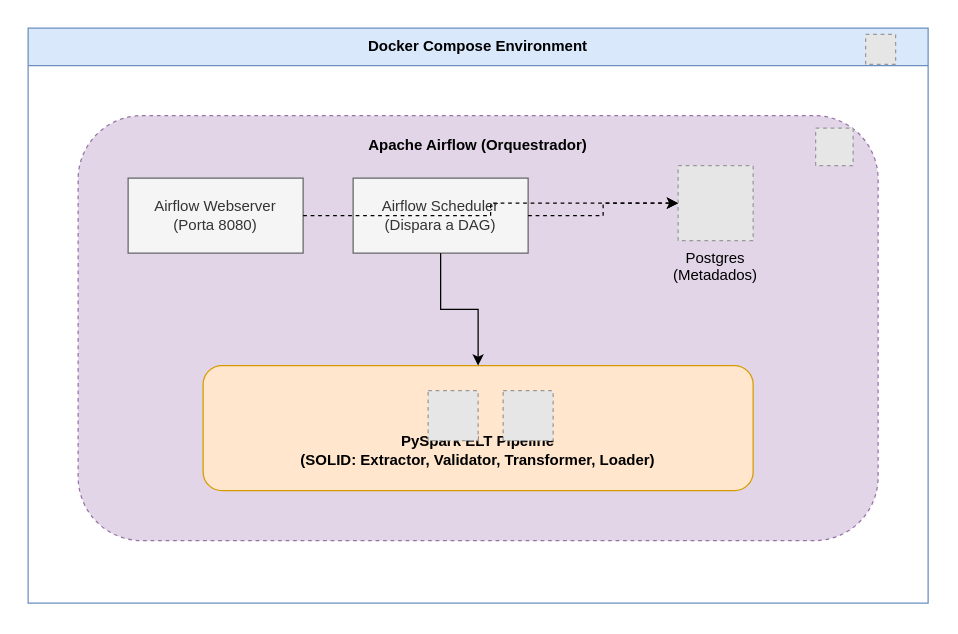
The draw.io diagram page "Arquitetura de Contêineres" (1 of 2) of arquitetura_locadora.drawio in Helfstein-one/locadora-de-carros, before the edit. Source tidied: cells renumbered, new cells numbered last; positions are measured from the earlier drawing's top-left corner, leaving out a move shared by most shapes. Both pictures are drawn from the tidied source at 125%, with x=0, y=0 at pixel (28, 28). Pictures stored in the file or linked from it are replaced by grey dashed boxes.
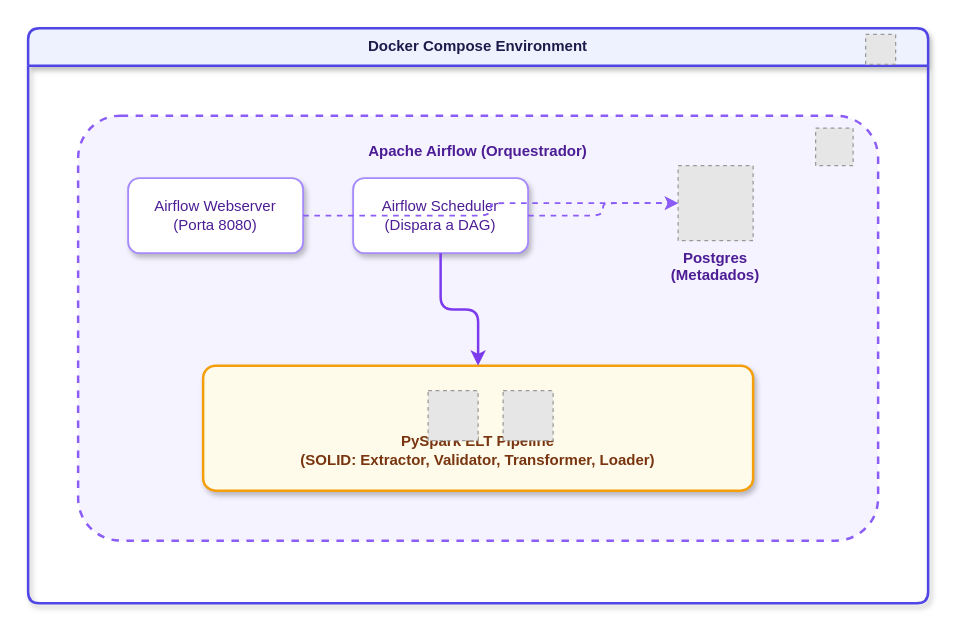
After the change.

Change to the diagram source:
```diff
@@
 <mxGraphModel>
   <root>
     <mxCell id="0" />
     <mxCell id="1" parent="0" />
-    <mxCell id="2" value="Docker Compose Environment" style="swimlane;whiteSpace=wrap;html=1;fillColor=#dae8fc;strokeColor=#6c8ebf;fontStyle=1;startSize=30;" parent="1" vertex="1">
+    <mxCell id="2" value="Docker Compose Environment" style="swimlane;whiteSpace=wrap;html=1;fillColor=#eef2ff;strokeColor=#4f46e5;strokeWidth=2;fontColor=#1e1b4b;fontStyle=1;startSize=30;rounded=1;arcSize=10;shadow=1;fontFamily=Helvetica;" parent="1" vertex="1">
       <mxGeometry width="720" height="460" as="geometry" />
     </mxCell>
     <mxCell id="3" style="fillColor=#E6E6E6;strokeColor=#999999;dashed=1;verticalLabelPosition=bottom;verticalAlign=top;" parent="2" vertex="1">
       <mxGeometry x="670" y="5" width="24" height="24" as="geometry" />
     </mxCell>
-    <mxCell id="4" value="Apache Airflow (Orquestrador)" style="rounded=1;whiteSpace=wrap;html=1;fillColor=#e1d5e7;strokeColor=#9673a6;dashed=1;fontStyle=1;verticalAlign=top;spacingTop=10;" parent="2" vertex="1">
+    <mxCell id="4" value="Apache Airflow (Orquestrador)" style="rounded=1;arcSize=10;whiteSpace=wrap;html=1;fillColor=#f5f3ff;strokeColor=#8b5cf6;strokeWidth=2;dashed=1;fontColor=#4c1d95;fontStyle=1;verticalAlign=top;spacingTop=15;fontFamily=Helvetica;" parent="2" vertex="1">
       <mxGeometry x="40" y="70" width="640" height="340" as="geometry" />
     </mxCell>
     <mxCell id="5" style="fillColor=#E6E6E6;strokeColor=#999999;dashed=1;verticalLabelPosition=bottom;verticalAlign=top;" parent="4" vertex="1">
       <mxGeometry x="590" y="10" width="30" height="30" as="geometry" />
     </mxCell>
-    <mxCell id="6" value="Airflow Webserver&#10;(Porta 8080)" style="rounded=0;whiteSpace=wrap;html=1;fillColor=#f5f5f5;fontColor=#333333;strokeColor=#666666;" parent="4" vertex="1">
+    <mxCell id="6" value="Airflow Webserver&#10;(Porta 8080)" style="rounded=1;whiteSpace=wrap;html=1;fillColor=#ffffff;strokeColor=#a78bfa;strokeWidth=1.5;fontColor=#4c1d95;fontStyle=0;shadow=1;fontFamily=Helvetica;" parent="4" vertex="1">
       <mxGeometry x="40" y="50" width="140" height="60" as="geometry" />
     </mxCell>
-    <mxCell id="7" value="Airflow Scheduler&#10;(Dispara a DAG)" style="rounded=0;whiteSpace=wrap;html=1;fillColor=#f5f5f5;fontColor=#333333;strokeColor=#666666;" parent="4" vertex="1">
+    <mxCell id="7" value="Airflow Scheduler&#10;(Dispara a DAG)" style="rounded=1;whiteSpace=wrap;html=1;fillColor=#ffffff;strokeColor=#a78bfa;strokeWidth=1.5;fontColor=#4c1d95;fontStyle=0;shadow=1;fontFamily=Helvetica;" parent="4" vertex="1">
       <mxGeometry x="220" y="50" width="140" height="60" as="geometry" />
     </mxCell>
-    <mxCell id="8" value="Postgres&#10;(Metadados)" style="fillColor=#E6E6E6;strokeColor=#999999;dashed=1;verticalLabelPosition=bottom;verticalAlign=top;labelBackgroundColor=none;" parent="4" vertex="1">
+    <mxCell id="8" value="Postgres&#10;(Metadados)" style="fillColor=#E6E6E6;strokeColor=#999999;dashed=1;verticalLabelPosition=bottom;verticalAlign=top;labelBackgroundColor=none;fontColor=#4c1d95;fontStyle=1;fontFamily=Helvetica;" parent="4" vertex="1">
       <mxGeometry x="480" y="40" width="60" height="60" as="geometry" />
     </mxCell>
-    <mxCell id="9" value="PySpark ELT Pipeline&#10;(SOLID: Extractor, Validator, Transformer, Loader)" style="rounded=1;whiteSpace=wrap;html=1;fillColor=#ffe6cc;strokeColor=#d79b00;fontStyle=1;verticalAlign=bottom;spacingBottom=15;" parent="4" vertex="1">
+    <mxCell id="9" value="PySpark ELT Pipeline&#10;(SOLID: Extractor, Validator, Transformer, Loader)" style="rounded=1;arcSize=10;whiteSpace=wrap;html=1;fillColor=#fffbeb;strokeColor=#f59e0b;strokeWidth=2;fontColor=#78350f;fontStyle=1;verticalAlign=bottom;spacingBottom=15;shadow=1;fontFamily=Helvetica;" parent="4" vertex="1">
       <mxGeometry x="100" y="200" width="440" height="100" as="geometry" />
     </mxCell>
     <mxCell id="10" style="fillColor=#E6E6E6;strokeColor=#999999;dashed=1;verticalLabelPosition=bottom;verticalAlign=top;" parent="9" vertex="1">
       <mxGeometry x="180" y="20" width="40" height="40" as="geometry" />
     </mxCell>
     <mxCell id="11" style="fillColor=#E6E6E6;strokeColor=#999999;dashed=1;verticalLabelPosition=bottom;verticalAlign=top;" parent="9" vertex="1">
       <mxGeometry x="240" y="20" width="40" height="40" as="geometry" />
     </mxCell>
-    <mxCell id="12" style="edgeStyle=orthogonalEdgeStyle;rounded=0;jettySize=auto;html=1;" parent="4" edge="1" source="7" target="9">
+    <mxCell id="12" style="edgeStyle=orthogonalEdgeStyle;rounded=1;jettySize=auto;html=1;strokeColor=#7c3aed;strokeWidth=2;fontColor=#4c1d95;fontFamily=Helvetica;" parent="4" edge="1" source="7" target="9">
       <mxGeometry relative="1" as="geometry" />
     </mxCell>
-    <mxCell id="13" style="edgeStyle=orthogonalEdgeStyle;rounded=0;jettySize=auto;html=1;dashed=1;" parent="4" edge="1" source="6" target="8">
+    <mxCell id="13" style="edgeStyle=orthogonalEdgeStyle;rounded=1;jettySize=auto;html=1;dashed=1;strokeColor=#8b5cf6;strokeWidth=1.5;fontColor=#4c1d95;fontFamily=Helvetica;" parent="4" edge="1" source="6" target="8">
       <mxGeometry relative="1" as="geometry" />
     </mxCell>
-    <mxCell id="14" style="edgeStyle=orthogonalEdgeStyle;rounded=0;jettySize=auto;html=1;dashed=1;" parent="4" edge="1" source="7" target="8">
+    <mxCell id="14" style="edgeStyle=orthogonalEdgeStyle;rounded=1;jettySize=auto;html=1;dashed=1;strokeColor=#8b5cf6;strokeWidth=1.5;fontColor=#4c1d95;fontFamily=Helvetica;" parent="4" edge="1" source="7" target="8">
       <mxGeometry relative="1" as="geometry" />
     </mxCell>
   </root>
 </mxGraphModel>
```
